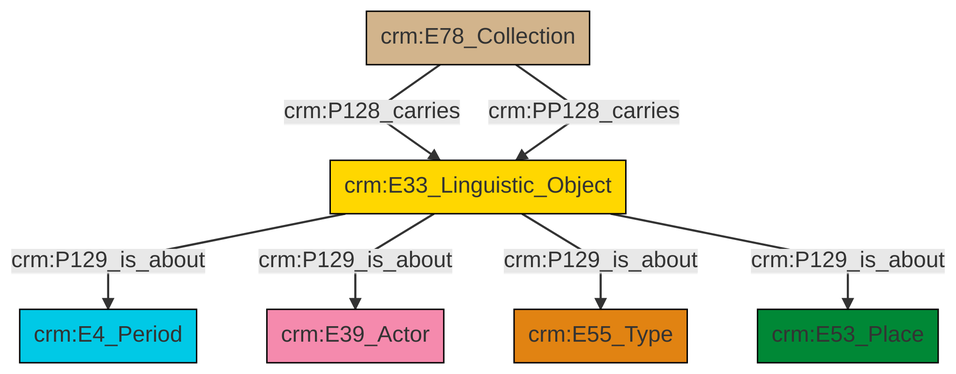
Before: et/archivalCSV/ttl/mmd/png/archival_aboutness.png, a diagram exported from Mermaid (swiss-art-research-net/docs.swissartresearch). Its source is kept beside it as et/archivalCSV/ttl/mmd/archival_aboutness.ttl.mmd.
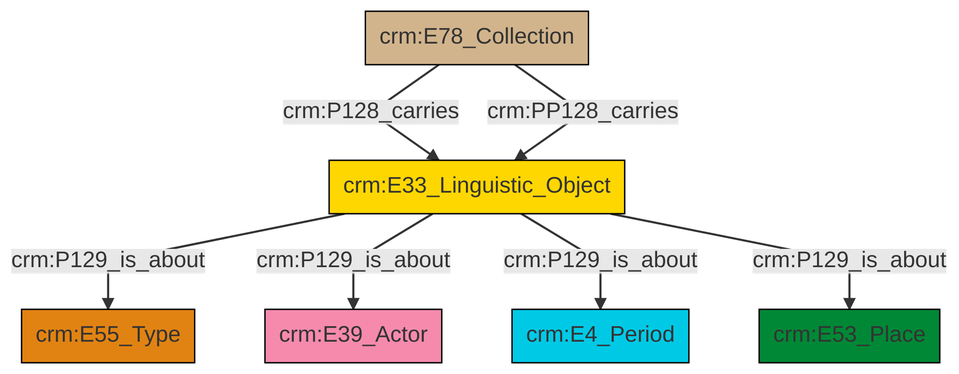
Above is the later version.

The edit, as a diff of the source:
```diff
@@ -13,9 +13,9 @@
 classDef PC_Classes fill:#4ce600, stroke:#000000;
 classDef Multi fill:#cccccc,stroke:#000000;
 
-2["crm:E33_Linguistic_Object"]:::Conceptual_Object -->|crm:P129_is_about| 3["crm:E4_Period"]:::Temporal_Entity
-7["crm:E78_Collection"]:::Physical_Thing -->|crm:P128_carries| 2["crm:E33_Linguistic_Object"]:::Conceptual_Object
-2["crm:E33_Linguistic_Object"]:::Conceptual_Object -->|crm:P129_is_about| 9["crm:E39_Actor"]:::Actor
-7["crm:E78_Collection"]:::Physical_Thing -->|crm:PP128_carries| 2["crm:E33_Linguistic_Object"]:::Conceptual_Object
-2["crm:E33_Linguistic_Object"]:::Conceptual_Object -->|crm:P129_is_about| 0["crm:E55_Type"]:::Type
-2["crm:E33_Linguistic_Object"]:::Conceptual_Object -->|crm:P129_is_about| 5["crm:E53_Place"]:::Place
+0["crm:E33_Linguistic_Object"]:::Conceptual_Object -->|crm:P129_is_about| 1["crm:E55_Type"]:::Type
+2["crm:E78_Collection"]:::Physical_Thing -->|crm:P128_carries| 0["crm:E33_Linguistic_Object"]:::Conceptual_Object
+0["crm:E33_Linguistic_Object"]:::Conceptual_Object -->|crm:P129_is_about| 3["crm:E39_Actor"]:::Actor
+2["crm:E78_Collection"]:::Physical_Thing -->|crm:PP128_carries| 0["crm:E33_Linguistic_Object"]:::Conceptual_Object
+0["crm:E33_Linguistic_Object"]:::Conceptual_Object -->|crm:P129_is_about| 4["crm:E4_Period"]:::Temporal_Entity
+0["crm:E33_Linguistic_Object"]:::Conceptual_Object -->|crm:P129_is_about| 6["crm:E53_Place"]:::Place
```
